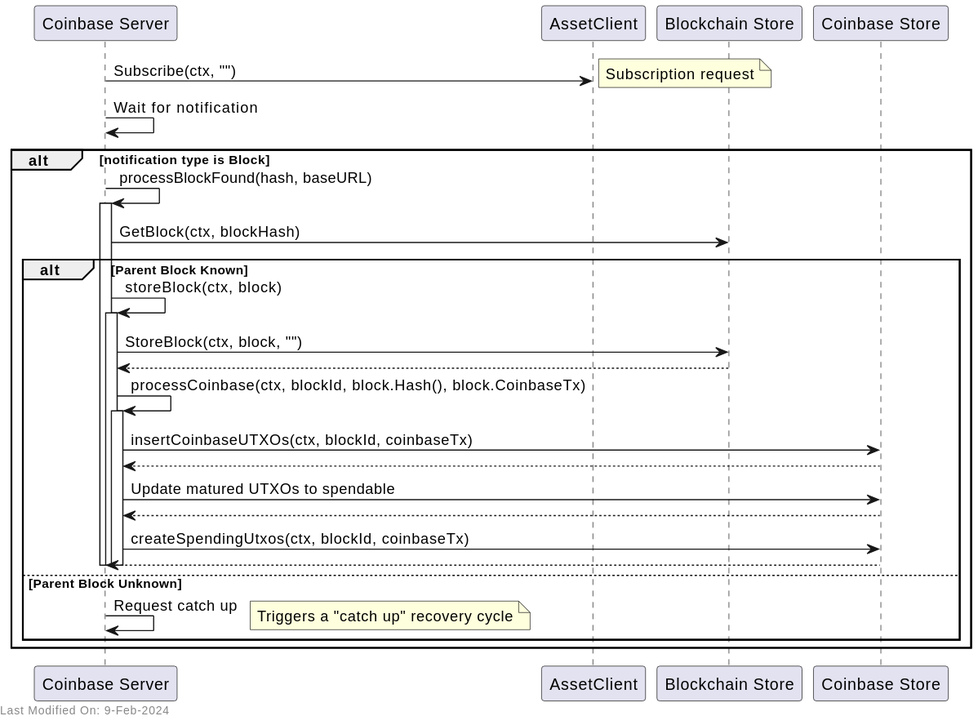
Before: docs/services/img/plantuml/coinbase/coinbase_process_block.svg, a diagram exported from PlantUML (freemans13/teranode). Its source is kept beside it as docs/services/img/plantuml/coinbase/coinbase_process_block.puml. Source of this version:
```plantuml
@startuml

participant "Coinbase Server" as Co
participant "AssetClient" as AC
participant "Blockchain Store" as St
participant "Coinbase Store" as Cs

Co -> AC: Subscribe(ctx, "")
note right: Subscription request

Co -> Co: Wait for notification
alt notification type is Block
    Co -> Co: processBlockFound(hash, baseURL)
    activate Co
    Co -> St: GetBlock(ctx, blockHash)
    alt Parent Block Known

        Co -> Co: storeBlock(ctx, block)
        activate Co
        Co -> St: StoreBlock(ctx, block, "")
        St --> Co
        Co -> Co: processCoinbase(ctx, blockId, block.Hash(), block.CoinbaseTx)
        activate Co
        Co -> Cs: insertCoinbaseUTXOs(ctx, blockId, coinbaseTx)
        Cs --> Co
        Co -> Cs: Update matured UTXOs to spendable
        Cs --> Co
        Co -> Cs: createSpendingUtxos(ctx, blockId, coinbaseTx)
        Cs --> Co


    deactivate Co
    deactivate Co
    deactivate Co

    else Parent Block Unknown
        Co -> Co: Request catch up
        note right: Triggers a "catch up" recovery cycle
    end

end

left footer Last Modified On: %date("dd-MMM-yyyy")

@enduml
```
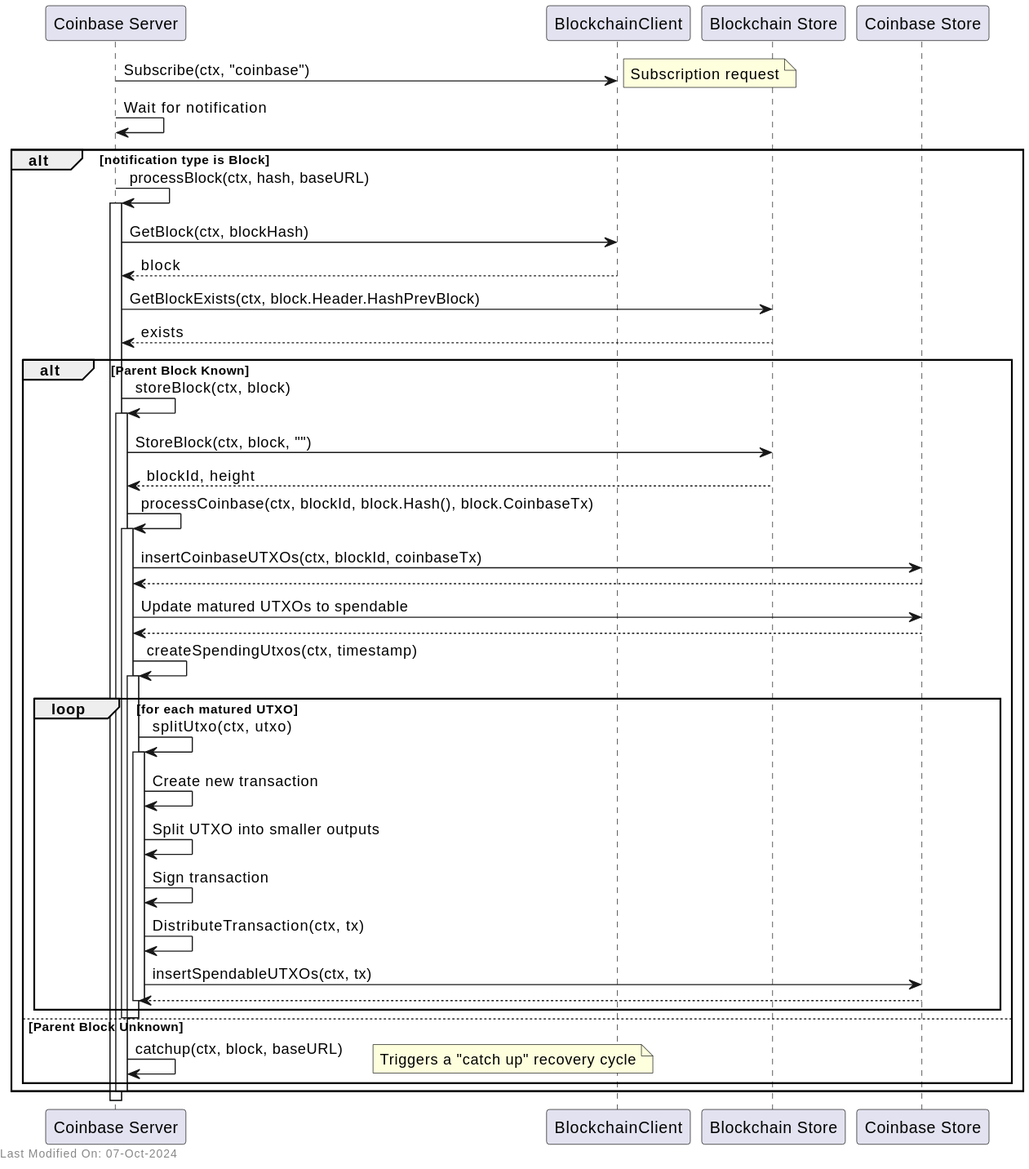
Above is the later version.

Change to the diagram source:
```diff
@@ -1,43 +1,51 @@
 @startuml
-
 participant "Coinbase Server" as Co
-participant "AssetClient" as AC
+participant "BlockchainClient" as BC
 participant "Blockchain Store" as St
 participant "Coinbase Store" as Cs
 
-Co -> AC: Subscribe(ctx, "")
+Co -> BC: Subscribe(ctx, "coinbase")
 note right: Subscription request
 
 Co -> Co: Wait for notification
 alt notification type is Block
-    Co -> Co: processBlockFound(hash, baseURL)
+    Co -> Co: processBlock(ctx, hash, baseURL)
     activate Co
-    Co -> St: GetBlock(ctx, blockHash)
+    Co -> BC: GetBlock(ctx, blockHash)
+    BC --> Co: block
+    Co -> St: GetBlockExists(ctx, block.Header.HashPrevBlock)
+    St --> Co: exists
     alt Parent Block Known
-
         Co -> Co: storeBlock(ctx, block)
         activate Co
         Co -> St: StoreBlock(ctx, block, "")
-        St --> Co
+        St --> Co: blockId, height
         Co -> Co: processCoinbase(ctx, blockId, block.Hash(), block.CoinbaseTx)
         activate Co
         Co -> Cs: insertCoinbaseUTXOs(ctx, blockId, coinbaseTx)
         Cs --> Co
         Co -> Cs: Update matured UTXOs to spendable
         Cs --> Co
-        Co -> Cs: createSpendingUtxos(ctx, blockId, coinbaseTx)
-        Cs --> Co
-
-
-    deactivate Co
-    deactivate Co
-    deactivate Co
-
+        Co -> Co: createSpendingUtxos(ctx, timestamp)
+        activate Co
+        loop for each matured UTXO
+            Co -> Co: splitUtxo(ctx, utxo)
+            activate Co
+            Co -> Co: Create new transaction
+            Co -> Co: Split UTXO into smaller outputs
+            Co -> Co: Sign transaction
+            Co -> Co: DistributeTransaction(ctx, tx)
+            Co -> Cs: insertSpendableUTXOs(ctx, tx)
+            Cs --> Co
+            deactivate Co
+        end
+        deactivate Co
+        deactivate Co
     else Parent Block Unknown
-        Co -> Co: Request catch up
+        Co -> Co: catchup(ctx, block, baseURL)
         note right: Triggers a "catch up" recovery cycle
     end
-
+    deactivate Co
 end
 
 left footer Last Modified On: %date("dd-MMM-yyyy")
```
